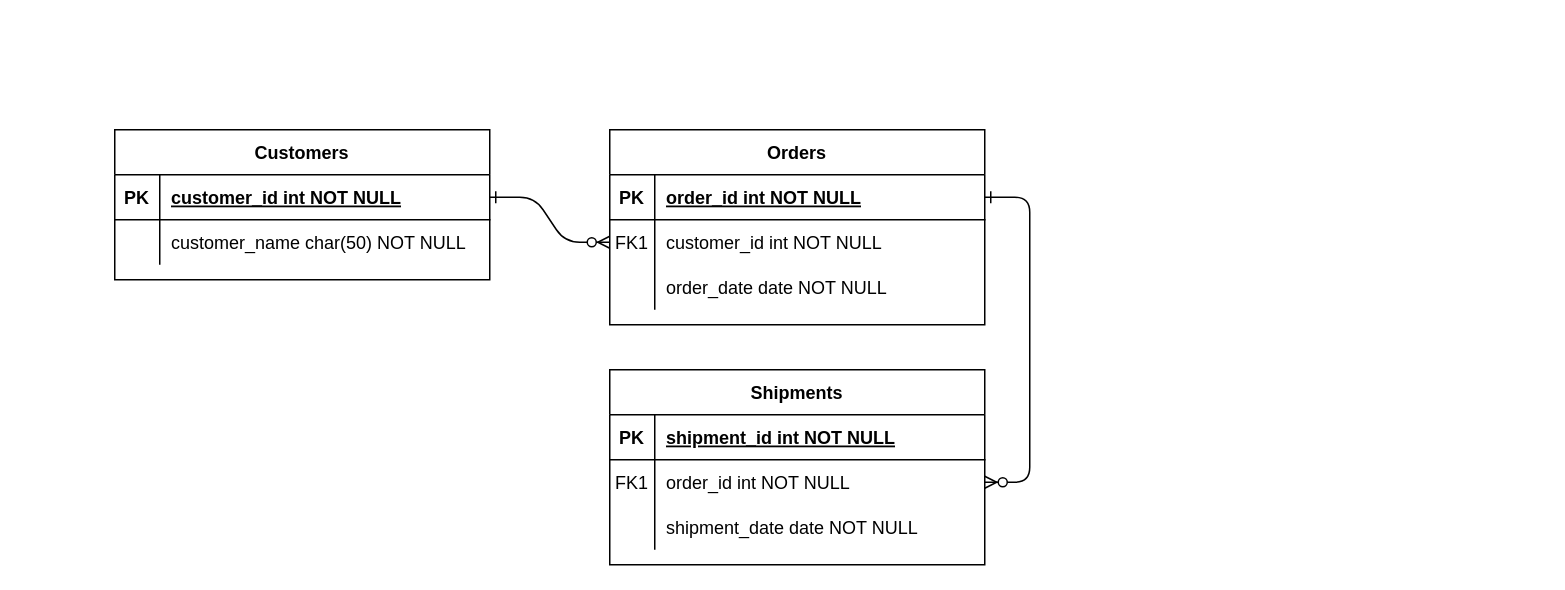
Earlier version of the draw.io diagram Untitled Diagram.drawio (VasilescuBogdan/ChargeIT). Source tidied: cells renumbered, new cells numbered last; positions are measured from the earlier drawing's top-left corner, leaving out a move shared by most shapes. Both pictures are drawn from the tidied source at 150%, with x=0, y=0 at pixel (114, 129).
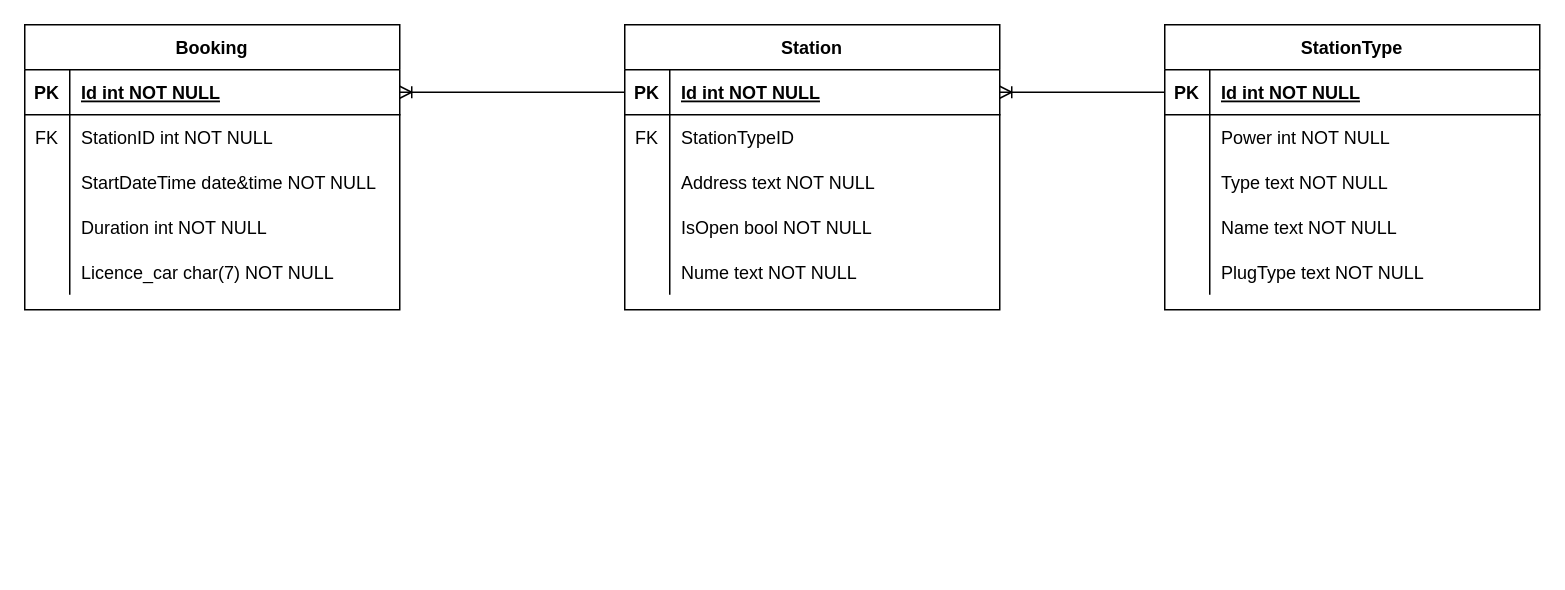
The same diagram, later.

Unchanged cells that the change refers to:
```xml
<mxCell id="5" style="shape=partialRectangle;fillColor=none;points=[[0,0.5],[1,0.5]];portConstraint=eastwest;top=0;left=0;right=0;bottom=1;" parent="4" vertex="1">
  <mxGeometry y="30" width="250" height="30" as="geometry" />
</mxCell>
<mxCell id="8" style="shape=partialRectangle;fillColor=none;points=[[0,0.5],[1,0.5]];portConstraint=eastwest;top=0;left=0;right=0;bottom=0;" parent="4" vertex="1">
  <mxGeometry y="60" width="250" height="30" as="geometry" />
</mxCell>
<mxCell id="11" style="shape=partialRectangle;fillColor=none;top=0;left=0;right=0;bottom=0;" parent="4" vertex="1">
  <mxGeometry y="90" width="250" height="30" as="geometry" />
</mxCell>
<mxCell id="15" style="shape=partialRectangle;fillColor=none;points=[[0,0.5],[1,0.5]];portConstraint=eastwest;top=0;left=0;right=0;bottom=1;" parent="14" vertex="1">
  <mxGeometry y="30" width="250" height="30" as="geometry" />
</mxCell>
<mxCell id="18" style="shape=partialRectangle;fillColor=none;points=[[0,0.5],[1,0.5]];portConstraint=eastwest;top=0;left=0;right=0;bottom=0;" parent="14" vertex="1">
  <mxGeometry y="60" width="250" height="30" as="geometry" />
</mxCell>
<mxCell id="21" style="shape=partialRectangle;fillColor=none;top=0;left=0;right=0;bottom=0;" parent="14" vertex="1">
  <mxGeometry y="90" width="250" height="30" as="geometry" />
</mxCell>
<mxCell id="25" style="shape=partialRectangle;fillColor=none;points=[[0,0.5],[1,0.5]];portConstraint=eastwest;top=0;left=0;right=0;bottom=1;" parent="24" vertex="1">
  <mxGeometry y="30" width="250" height="30" as="geometry" />
</mxCell>
```

What changed in the source:
```diff
@@
-    <mxCell id="2" style="edgeStyle=entityRelationEdgeStyle;endArrow=ERzeroToMany;startArrow=ERone;endFill=1;startFill=0;" parent="1" edge="1" source="25" target="8">
-      <mxGeometry relative="1" as="geometry" />
-    </mxCell>
-    <mxCell id="3" style="edgeStyle=entityRelationEdgeStyle;endArrow=ERzeroToMany;startArrow=ERone;endFill=1;startFill=0;" parent="1" edge="1" source="5" target="18">
-      <mxGeometry relative="1" as="geometry" />
-    </mxCell>
-    <mxCell id="4" value="Orders" style="shape=table;startSize=30;childLayout=tableLayout;rowLines=0;fontStyle=1;align=center;" parent="1" vertex="1">
-      <mxGeometry x="330" width="250" height="130" as="geometry" />
+    <mxCell id="4" value="StationType" style="shape=table;startSize=30;childLayout=tableLayout;rowLines=0;fontStyle=1;align=center;" parent="1" vertex="1">
+      <mxGeometry x="700" y="-70" width="250" height="190" as="geometry" />
     </mxCell>
@@
-    <mxCell id="7" value="order_id int NOT NULL " style="shape=partialRectangle;overflow=hidden;fillColor=none;top=0;left=0;bottom=0;right=0;align=left;spacingLeft=6;fontStyle=5;" parent="5" vertex="1">
+    <mxCell id="7" value="Id int NOT NULL " style="shape=partialRectangle;overflow=hidden;fillColor=none;top=0;left=0;bottom=0;right=0;align=left;spacingLeft=6;fontStyle=5;" parent="5" vertex="1">
       <mxGeometry x="30" width="220" height="30" as="geometry" />
     </mxCell>
@@
-    <mxCell id="9" value="FK1" style="shape=partialRectangle;overflow=hidden;fillColor=none;top=0;left=0;bottom=0;right=0;" parent="8" vertex="1">
+    <mxCell id="9" style="shape=partialRectangle;overflow=hidden;fillColor=none;top=0;left=0;bottom=0;right=0;" parent="8" vertex="1">
       <mxGeometry width="30" height="30" as="geometry" />
     </mxCell>
-    <mxCell id="10" value="customer_id int NOT NULL" style="shape=partialRectangle;overflow=hidden;fillColor=none;top=0;left=0;bottom=0;right=0;align=left;spacingLeft=6;" parent="8" vertex="1">
+    <mxCell id="10" value="Power int NOT NULL" style="shape=partialRectangle;overflow=hidden;fillColor=none;top=0;left=0;bottom=0;right=0;align=left;spacingLeft=6;" parent="8" vertex="1">
       <mxGeometry x="30" width="220" height="30" as="geometry" />
     </mxCell>
@@
-    <mxCell id="13" value="order_date date NOT NULL" style="shape=partialRectangle;overflow=hidden;fillColor=none;top=0;left=0;bottom=0;right=0;align=left;spacingLeft=6;" parent="11" vertex="1">
+    <mxCell id="13" value="Type text NOT NULL" style="shape=partialRectangle;overflow=hidden;fillColor=none;top=0;left=0;bottom=0;right=0;align=left;spacingLeft=6;" parent="11" vertex="1">
       <mxGeometry x="30" width="220" height="30" as="geometry" />
     </mxCell>
+    <mxCell id="31" style="shape=tableRow;horizontal=0;startSize=0;swimlaneHead=0;swimlaneBody=0;fillColor=none;top=0;left=0;right=0;bottom=0;" parent="4" vertex="1">
+      <mxGeometry y="120" width="250" height="30" as="geometry" />
+    </mxCell>
+    <mxCell id="32" style="shape=partialRectangle;fillColor=none;top=0;left=0;bottom=0;right=0;overflow=hidden;" parent="31" vertex="1">
+      <mxGeometry width="30" height="30" as="geometry" />
+    </mxCell>
+    <mxCell id="33" value="Name text NOT NULL" style="shape=partialRectangle;fillColor=none;top=0;left=0;bottom=0;right=0;align=left;spacingLeft=6;overflow=hidden;" parent="31" vertex="1">
+      <mxGeometry x="30" width="220" height="30" as="geometry" />
+    </mxCell>
+    <mxCell id="34" style="shape=tableRow;horizontal=0;startSize=0;swimlaneHead=0;swimlaneBody=0;fillColor=none;top=0;left=0;right=0;bottom=0;" parent="4" vertex="1">
+      <mxGeometry y="150" width="250" height="30" as="geometry" />
+    </mxCell>
+    <mxCell id="35" style="shape=partialRectangle;fillColor=none;top=0;left=0;bottom=0;right=0;overflow=hidden;" parent="34" vertex="1">
+      <mxGeometry width="30" height="30" as="geometry" />
+    </mxCell>
+    <mxCell id="36" value="PlugType text NOT NULL" style="shape=partialRectangle;fillColor=none;top=0;left=0;bottom=0;right=0;align=left;spacingLeft=6;overflow=hidden;" parent="34" vertex="1">
+      <mxGeometry x="30" width="220" height="30" as="geometry" />
+    </mxCell>
-    <mxCell id="14" value="Shipments" style="shape=table;startSize=30;childLayout=tableLayout;rowLines=0;fontStyle=1;align=center;" parent="1" vertex="1">
-      <mxGeometry x="330" y="160" width="250" height="130" as="geometry" />
+    <mxCell id="14" value="Booking" style="shape=table;startSize=30;childLayout=tableLayout;rowLines=0;fontStyle=1;align=center;" parent="1" vertex="1">
+      <mxGeometry x="-60" y="-70" width="250" height="190" as="geometry" />
     </mxCell>
@@
-    <mxCell id="17" value="shipment_id int NOT NULL " style="shape=partialRectangle;overflow=hidden;fillColor=none;top=0;left=0;bottom=0;right=0;align=left;spacingLeft=6;fontStyle=5;" parent="15" vertex="1">
+    <mxCell id="17" value="Id int NOT NULL " style="shape=partialRectangle;overflow=hidden;fillColor=none;top=0;left=0;bottom=0;right=0;align=left;spacingLeft=6;fontStyle=5;" parent="15" vertex="1">
       <mxGeometry x="30" width="220" height="30" as="geometry" />
     </mxCell>
@@
-    <mxCell id="19" value="FK1" style="shape=partialRectangle;overflow=hidden;fillColor=none;top=0;left=0;bottom=0;right=0;" parent="18" vertex="1">
+    <mxCell id="19" value="FK" style="shape=partialRectangle;overflow=hidden;fillColor=none;top=0;left=0;bottom=0;right=0;" parent="18" vertex="1">
       <mxGeometry width="30" height="30" as="geometry" />
     </mxCell>
-    <mxCell id="20" value="order_id int NOT NULL" style="shape=partialRectangle;overflow=hidden;fillColor=none;top=0;left=0;bottom=0;right=0;align=left;spacingLeft=6;" parent="18" vertex="1">
+    <mxCell id="20" value="StationID int NOT NULL" style="shape=partialRectangle;overflow=hidden;fillColor=none;top=0;left=0;bottom=0;right=0;align=left;spacingLeft=6;" parent="18" vertex="1">
       <mxGeometry x="30" width="220" height="30" as="geometry" />
     </mxCell>
@@
-    <mxCell id="23" value="shipment_date date NOT NULL" style="shape=partialRectangle;overflow=hidden;fillColor=none;top=0;left=0;bottom=0;right=0;align=left;spacingLeft=6;" parent="21" vertex="1">
+    <mxCell id="23" value="StartDateTime date&amp;time NOT NULL" style="shape=partialRectangle;overflow=hidden;fillColor=none;top=0;left=0;bottom=0;right=0;align=left;spacingLeft=6;" parent="21" vertex="1">
       <mxGeometry x="30" width="220" height="30" as="geometry" />
     </mxCell>
+    <mxCell id="37" style="shape=tableRow;horizontal=0;startSize=0;swimlaneHead=0;swimlaneBody=0;fillColor=none;top=0;left=0;right=0;bottom=0;" parent="14" vertex="1">
+      <mxGeometry y="120" width="250" height="30" as="geometry" />
+    </mxCell>
+    <mxCell id="38" style="shape=partialRectangle;fillColor=none;top=0;left=0;bottom=0;right=0;overflow=hidden;" parent="37" vertex="1">
+      <mxGeometry width="30" height="30" as="geometry" />
+    </mxCell>
+    <mxCell id="39" value="Duration int NOT NULL" style="shape=partialRectangle;fillColor=none;top=0;left=0;bottom=0;right=0;align=left;spacingLeft=6;overflow=hidden;" parent="37" vertex="1">
+      <mxGeometry x="30" width="220" height="30" as="geometry" />
+    </mxCell>
+    <mxCell id="40" style="shape=tableRow;horizontal=0;startSize=0;swimlaneHead=0;swimlaneBody=0;fillColor=none;top=0;left=0;right=0;bottom=0;" parent="14" vertex="1">
+      <mxGeometry y="150" width="250" height="30" as="geometry" />
+    </mxCell>
+    <mxCell id="41" style="shape=partialRectangle;fillColor=none;top=0;left=0;bottom=0;right=0;overflow=hidden;" parent="40" vertex="1">
+      <mxGeometry width="30" height="30" as="geometry" />
+    </mxCell>
+    <mxCell id="42" value="Licence_car char(7) NOT NULL" style="shape=partialRectangle;fillColor=none;top=0;left=0;bottom=0;right=0;align=left;spacingLeft=6;overflow=hidden;" parent="40" vertex="1">
+      <mxGeometry x="30" width="220" height="30" as="geometry" />
+    </mxCell>
-    <mxCell id="24" value="Customers" style="shape=table;startSize=30;childLayout=tableLayout;rowLines=0;fontStyle=1;align=center;" parent="1" vertex="1">
-      <mxGeometry width="250" height="100" as="geometry" />
+    <mxCell id="24" value="Station" style="shape=table;startSize=30;childLayout=tableLayout;rowLines=0;fontStyle=1;align=center;" parent="1" vertex="1">
+      <mxGeometry x="340" y="-70" width="250" height="190" as="geometry" />
     </mxCell>
@@
-    <mxCell id="27" value="customer_id int NOT NULL " style="shape=partialRectangle;overflow=hidden;fillColor=none;top=0;left=0;bottom=0;right=0;align=left;spacingLeft=6;fontStyle=5;" parent="25" vertex="1">
+    <mxCell id="27" value="Id int NOT NULL " style="shape=partialRectangle;overflow=hidden;fillColor=none;top=0;left=0;bottom=0;right=0;align=left;spacingLeft=6;fontStyle=5;" parent="25" vertex="1">
       <mxGeometry x="30" width="220" height="30" as="geometry" />
     </mxCell>
+    <mxCell id="43" style="shape=tableRow;horizontal=0;startSize=0;swimlaneHead=0;swimlaneBody=0;fillColor=none;top=0;left=0;right=0;bottom=0;" parent="24" vertex="1">
+      <mxGeometry y="60" width="250" height="30" as="geometry" />
+    </mxCell>
+    <mxCell id="44" value="FK" style="shape=partialRectangle;fillColor=none;top=0;left=0;bottom=0;right=0;fontStyle=0;overflow=hidden;" parent="43" vertex="1">
+      <mxGeometry width="30" height="30" as="geometry" />
+    </mxCell>
+    <mxCell id="45" value="StationTypeID " style="shape=partialRectangle;fillColor=none;top=0;left=0;bottom=0;right=0;align=left;spacingLeft=6;fontStyle=0;overflow=hidden;" parent="43" vertex="1">
+      <mxGeometry x="30" width="220" height="30" as="geometry" />
+    </mxCell>
     <mxCell id="28" style="shape=partialRectangle;fillColor=none;top=0;left=0;right=0;bottom=0;" parent="24" vertex="1">
-      <mxGeometry y="60" width="250" height="30" as="geometry" />
+      <mxGeometry y="90" width="250" height="30" as="geometry" />
     </mxCell>
@@
-    <mxCell id="30" value="customer_name char(50) NOT NULL" style="shape=partialRectangle;overflow=hidden;fillColor=none;top=0;left=0;bottom=0;right=0;align=left;spacingLeft=6;" parent="28" vertex="1">
+    <mxCell id="30" value="Address text NOT NULL" style="shape=partialRectangle;overflow=hidden;fillColor=none;top=0;left=0;bottom=0;right=0;align=left;spacingLeft=6;" parent="28" vertex="1">
       <mxGeometry x="30" width="220" height="30" as="geometry" />
     </mxCell>
+    <mxCell id="46" style="shape=tableRow;horizontal=0;startSize=0;swimlaneHead=0;swimlaneBody=0;fillColor=none;top=0;left=0;right=0;bottom=0;" parent="24" vertex="1">
+      <mxGeometry y="120" width="250" height="30" as="geometry" />
+    </mxCell>
+    <mxCell id="47" style="shape=partialRectangle;fillColor=none;top=0;left=0;bottom=0;right=0;overflow=hidden;" parent="46" vertex="1">
+      <mxGeometry width="30" height="30" as="geometry" />
+    </mxCell>
+    <mxCell id="48" value="IsOpen bool NOT NULL" style="shape=partialRectangle;fillColor=none;top=0;left=0;bottom=0;right=0;align=left;spacingLeft=6;overflow=hidden;" parent="46" vertex="1">
+      <mxGeometry x="30" width="220" height="30" as="geometry" />
+    </mxCell>
+    <mxCell id="49" style="shape=tableRow;horizontal=0;startSize=0;swimlaneHead=0;swimlaneBody=0;fillColor=none;top=0;left=0;right=0;bottom=0;" parent="24" vertex="1">
+      <mxGeometry y="150" width="250" height="30" as="geometry" />
+    </mxCell>
+    <mxCell id="50" style="shape=partialRectangle;fillColor=none;top=0;left=0;bottom=0;right=0;overflow=hidden;" parent="49" vertex="1">
+      <mxGeometry width="30" height="30" as="geometry" />
+    </mxCell>
+    <mxCell id="51" value="Nume text NOT NULL" style="shape=partialRectangle;fillColor=none;top=0;left=0;bottom=0;right=0;align=left;spacingLeft=6;overflow=hidden;" parent="49" vertex="1">
+      <mxGeometry x="30" width="220" height="30" as="geometry" />
+    </mxCell>
+    <mxCell id="52" style="edgeStyle=entityRelationEdgeStyle;fontSize=12;html=1;endArrow=ERoneToMany;rounded=0;entryX=1;entryY=0.5;entryDx=0;entryDy=0;exitX=0;exitY=0.5;exitDx=0;exitDy=0;" parent="1" edge="1" source="25" target="15">
+      <mxGeometry relative="1" as="geometry" />
+    </mxCell>
+    <mxCell id="53" style="edgeStyle=entityRelationEdgeStyle;fontSize=12;html=1;endArrow=ERoneToMany;rounded=0;entryX=1;entryY=0.5;entryDx=0;entryDy=0;exitX=0;exitY=0.5;exitDx=0;exitDy=0;" parent="1" edge="1" source="5" target="25">
+      <mxGeometry relative="1" as="geometry" />
+    </mxCell>
```
